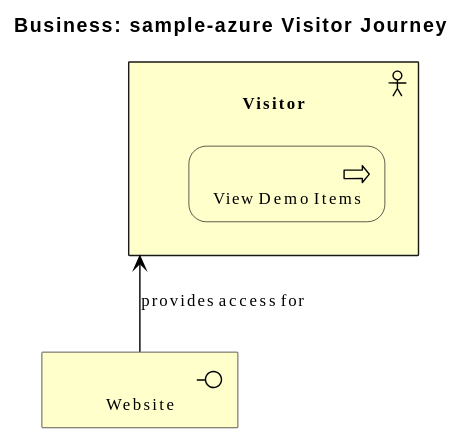
This is diagrams/business/overview.svg from wolffy-au/frictionless-sample-azure, a PlantUML export, as it was before one commit. The source it was exported from:
```plantuml
@startuml
!include <archimate/Archimate>

title Business: sample-azure Visitor Journey

Business_Actor(e_id40e6f8deb4f45c, "Visitor") {
  Business_Process(e_ida6f500d9395851, "View Demo Items")
}
Business_Interface(e_id66a63993dfde51, "Website")

Rel_Serving_Up(e_id66a63993dfde51, e_id40e6f8deb4f45c, "provides access for")
@enduml
```
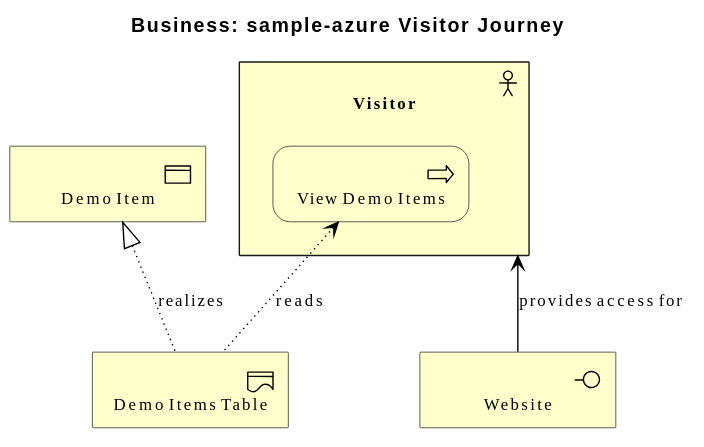
After the change.

Commit message:
feat(architecture): model sample-azure's Demo Item business object and representation

The edit, as a diff of the source:
```diff
@@ -7,6 +7,10 @@
   Business_Process(e_ida6f500d9395851, "View Demo Items")
 }
 Business_Interface(e_id66a63993dfde51, "Website")
+Business_Object(e_id32456a57134d5f, "Demo Item")
+Business_Representation(e_idbd4055139c8656, "Demo Items Table")
 
 Rel_Serving_Up(e_id66a63993dfde51, e_id40e6f8deb4f45c, "provides access for")
+Rel_Realization_Up(e_idbd4055139c8656, e_id32456a57134d5f, "realizes")
+Rel_Access_r(e_ida6f500d9395851, e_idbd4055139c8656, "reads")
 @enduml
```
